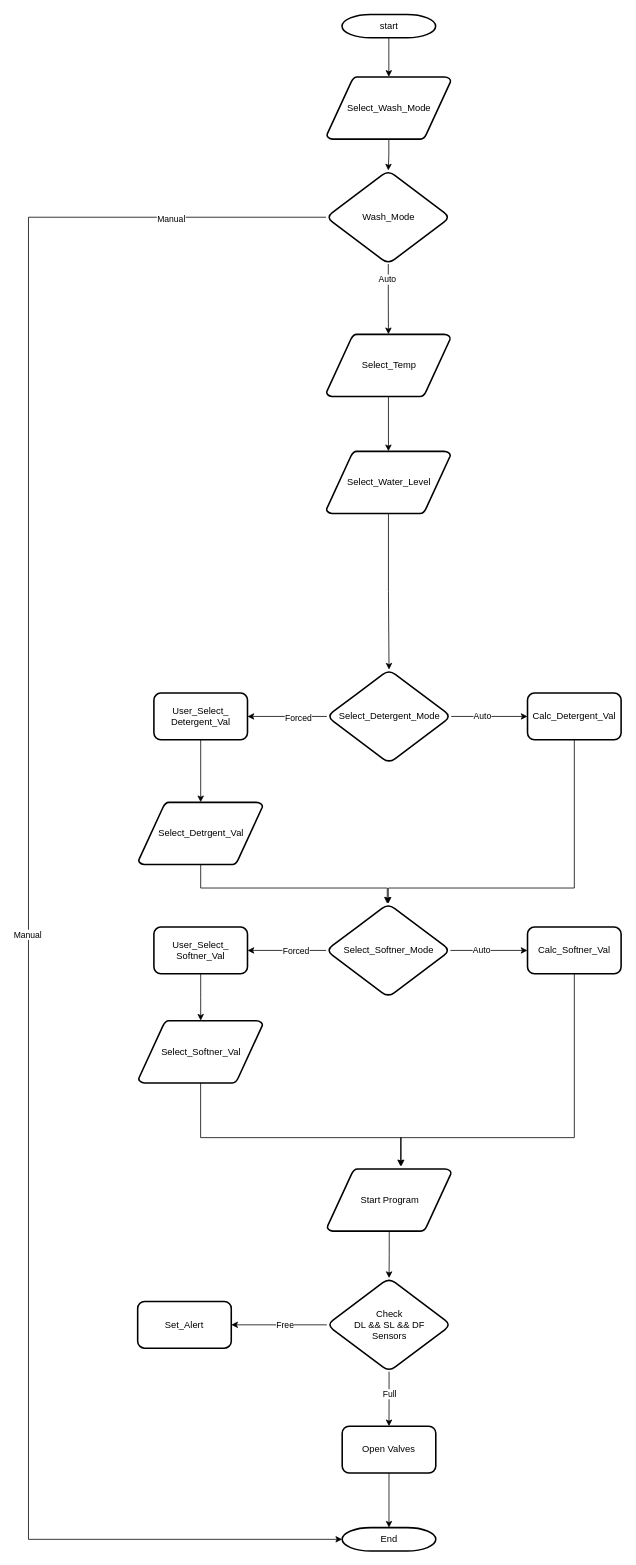
Earlier version of the draw.io diagram page "Flow_Chart" (1 of 4) of WM_Auto_detergent.drawio (Ahmed-lniwehy/WM_Auto_Detergent). Source tidied: cells renumbered, new cells numbered last; positions are measured from the earlier drawing's top-left corner, leaving out a move shared by most shapes. Both pictures are drawn from the tidied source at 78%, with x=0, y=0 at pixel (28, 14).
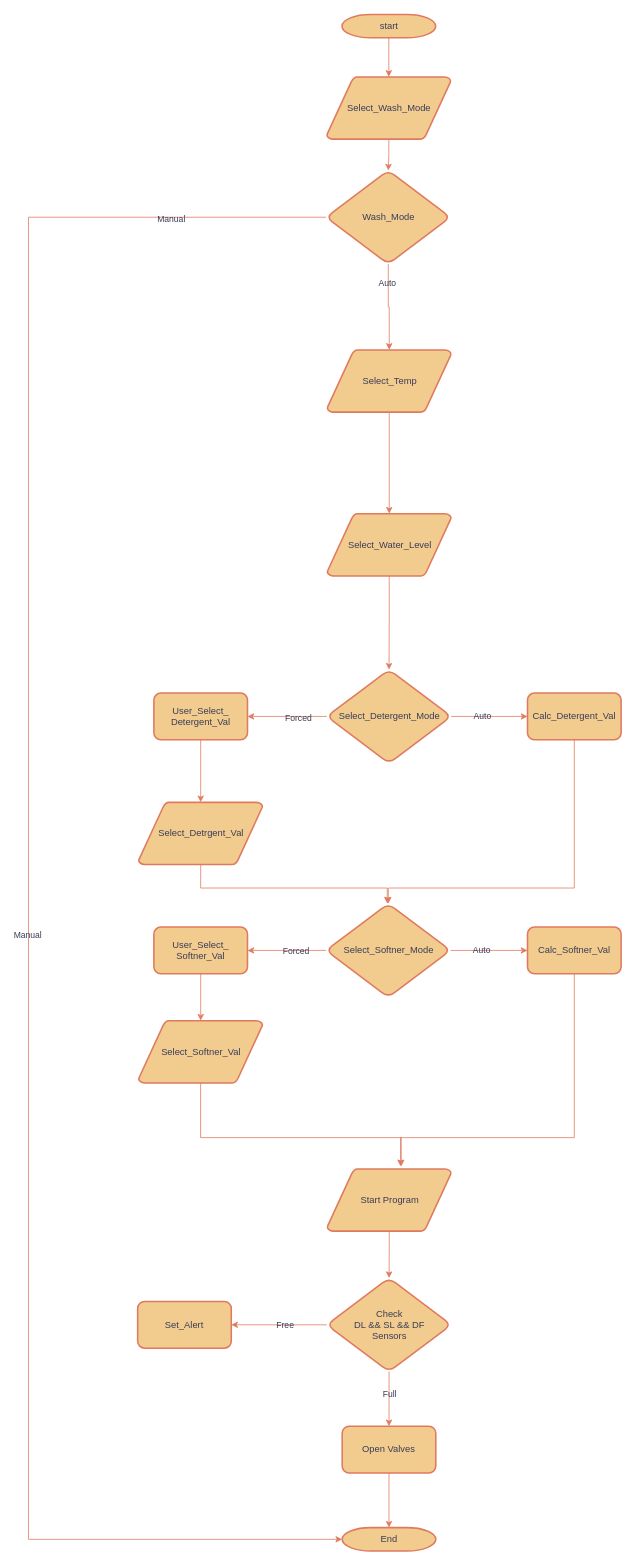
The same diagram, later.

Change to the diagram source:
```diff
@@
-    <mxCell id="2" style="edgeStyle=orthogonalEdgeStyle;rounded=0;jettySize=auto;html=1;" parent="1" edge="1" source="3" target="46">
+    <mxCell id="2" style="edgeStyle=orthogonalEdgeStyle;rounded=0;jettySize=auto;html=1;labelBackgroundColor=none;fontColor=default;strokeColor=#E07A5F;" parent="1" edge="1" source="3" target="46">
       <mxGeometry relative="1" as="geometry" />
     </mxCell>
-    <mxCell id="3" value="start" style="shape=mxgraph.flowchart.terminator;strokeWidth=2;gradientColor=none;gradientDirection=north;fontStyle=0;html=1;" parent="1" vertex="1">
+    <mxCell id="3" value="start" style="shape=mxgraph.flowchart.terminator;strokeWidth=2;gradientDirection=north;fontStyle=0;html=1;labelBackgroundColor=none;fillColor=#F2CC8F;strokeColor=#E07A5F;fontColor=#393C56;" parent="1" vertex="1">
       <mxGeometry x="402" width="120" height="30" as="geometry" />
     </mxCell>
-    <mxCell id="4" style="edgeStyle=orthogonalEdgeStyle;rounded=0;jettySize=auto;html=1;" parent="1" edge="1" source="5" target="7">
+    <mxCell id="4" style="edgeStyle=orthogonalEdgeStyle;rounded=0;jettySize=auto;html=1;labelBackgroundColor=none;fontColor=default;strokeColor=#E07A5F;" parent="1" edge="1" source="5" target="7">
       <mxGeometry relative="1" as="geometry" />
     </mxCell>
-    <mxCell id="5" value="Select_Temp" style="shape=mxgraph.flowchart.data;strokeWidth=2;gradientColor=none;gradientDirection=north;fontStyle=0;html=1;" parent="1" vertex="1">
-      <mxGeometry x="382" y="410" width="159" height="80" as="geometry" />
+    <mxCell id="5" value="Select_Temp" style="shape=mxgraph.flowchart.data;strokeWidth=2;gradientDirection=north;fontStyle=0;html=1;labelBackgroundColor=none;fillColor=#F2CC8F;strokeColor=#E07A5F;fontColor=#393C56;" parent="1" vertex="1">
+      <mxGeometry x="383" y="430" width="159" height="80" as="geometry" />
     </mxCell>
-    <mxCell id="6" style="edgeStyle=orthogonalEdgeStyle;rounded=0;jettySize=auto;html=1;entryX=0.5;entryY=0;entryDx=0;entryDy=0;" parent="1" edge="1" source="7" target="12">
+    <mxCell id="6" style="edgeStyle=orthogonalEdgeStyle;rounded=0;jettySize=auto;html=1;entryX=0.5;entryY=0;entryDx=0;entryDy=0;labelBackgroundColor=none;fontColor=default;strokeColor=#E07A5F;" parent="1" edge="1" source="7" target="12">
       <mxGeometry relative="1" as="geometry" />
     </mxCell>
-    <mxCell id="7" value="Select_Water_Level" style="shape=mxgraph.flowchart.data;strokeWidth=2;gradientColor=none;gradientDirection=north;fontStyle=0;html=1;" parent="1" vertex="1">
-      <mxGeometry x="382" y="560" width="159" height="80" as="geometry" />
+    <mxCell id="7" value="Select_Water_Level" style="shape=mxgraph.flowchart.data;strokeWidth=2;gradientDirection=north;fontStyle=0;html=1;labelBackgroundColor=none;fillColor=#F2CC8F;strokeColor=#E07A5F;fontColor=#393C56;" parent="1" vertex="1">
+      <mxGeometry x="383" y="640" width="159" height="80" as="geometry" />
     </mxCell>
-    <mxCell id="8" style="edgeStyle=orthogonalEdgeStyle;rounded=0;jettySize=auto;html=1;" parent="1" edge="1" source="12" target="14">
+    <mxCell id="8" style="edgeStyle=orthogonalEdgeStyle;rounded=0;jettySize=auto;html=1;labelBackgroundColor=none;fontColor=default;strokeColor=#E07A5F;" parent="1" edge="1" source="12" target="14">
       <mxGeometry relative="1" as="geometry" />
     </mxCell>
-    <mxCell id="9" value="Auto" style="edgeLabel;html=1;align=center;verticalAlign=middle;" parent="8" vertex="1">
+    <mxCell id="9" value="Auto" style="edgeLabel;html=1;align=center;verticalAlign=middle;labelBackgroundColor=none;fontColor=#393C56;" parent="8" vertex="1">
       <mxGeometry x="-0.21" y="1" relative="1" as="geometry" />
     </mxCell>
-    <mxCell id="10" style="edgeStyle=orthogonalEdgeStyle;rounded=0;jettySize=auto;html=1;" parent="1" edge="1" source="12" target="16">
+    <mxCell id="10" style="edgeStyle=orthogonalEdgeStyle;rounded=0;jettySize=auto;html=1;labelBackgroundColor=none;fontColor=default;strokeColor=#E07A5F;" parent="1" edge="1" source="12" target="16">
       <mxGeometry relative="1" as="geometry" />
     </mxCell>
-    <mxCell id="11" value="Forced" style="edgeLabel;html=1;align=center;verticalAlign=middle;" parent="10" vertex="1">
+    <mxCell id="11" value="Forced" style="edgeLabel;html=1;align=center;verticalAlign=middle;labelBackgroundColor=none;fontColor=#393C56;" parent="10" vertex="1">
       <mxGeometry x="-0.28" y="2" relative="1" as="geometry" />
     </mxCell>
-    <mxCell id="12" value="Select_Detergent_Mode" style="rhombus;whiteSpace=wrap;html=1;strokeWidth=2;gradientColor=none;gradientDirection=north;fontStyle=0;rounded=1;" parent="1" vertex="1">
+    <mxCell id="12" value="Select_Detergent_Mode" style="rhombus;whiteSpace=wrap;html=1;strokeWidth=2;gradientDirection=north;fontStyle=0;rounded=1;labelBackgroundColor=none;fillColor=#F2CC8F;strokeColor=#E07A5F;fontColor=#393C56;" parent="1" vertex="1">
       <mxGeometry x="382.5" y="840" width="159.5" height="120" as="geometry" />
     </mxCell>
-    <mxCell id="13" style="edgeStyle=orthogonalEdgeStyle;rounded=0;jettySize=auto;html=1;" parent="1" edge="1" source="14" target="38">
+    <mxCell id="13" style="edgeStyle=orthogonalEdgeStyle;rounded=0;jettySize=auto;html=1;labelBackgroundColor=none;fontColor=default;strokeColor=#E07A5F;" parent="1" edge="1" source="14" target="38">
       <mxGeometry relative="1" as="geometry">
         <Array as="points">
           <mxPoint x="700" y="1120" />
         </Array>
       </mxGeometry>
     </mxCell>
-    <mxCell id="14" value="Calc_Detergent_Val" style="whiteSpace=wrap;html=1;strokeWidth=2;gradientColor=none;gradientDirection=north;fontStyle=0;rounded=1;" parent="1" vertex="1">
+    <mxCell id="14" value="Calc_Detergent_Val" style="whiteSpace=wrap;html=1;strokeWidth=2;gradientDirection=north;fontStyle=0;rounded=1;labelBackgroundColor=none;fillColor=#F2CC8F;strokeColor=#E07A5F;fontColor=#393C56;" parent="1" vertex="1">
       <mxGeometry x="639.8" y="870" width="120" height="60" as="geometry" />
     </mxCell>
-    <mxCell id="15" style="edgeStyle=orthogonalEdgeStyle;rounded=0;jettySize=auto;html=1;" parent="1" edge="1" source="16">
+    <mxCell id="15" style="edgeStyle=orthogonalEdgeStyle;rounded=0;jettySize=auto;html=1;labelBackgroundColor=none;fontColor=default;strokeColor=#E07A5F;" parent="1" edge="1" source="16">
       <mxGeometry relative="1" as="geometry">
         <mxPoint x="220.8" y="1010" as="targetPoint" />
       </mxGeometry>
     </mxCell>
-    <mxCell id="16" value="User_Select_&lt;br&gt;Detergent_Val" style="whiteSpace=wrap;html=1;strokeWidth=2;gradientColor=none;gradientDirection=north;fontStyle=0;rounded=1;" parent="1" vertex="1">
+    <mxCell id="16" value="User_Select_&lt;br&gt;Detergent_Val" style="whiteSpace=wrap;html=1;strokeWidth=2;gradientDirection=north;fontStyle=0;rounded=1;labelBackgroundColor=none;fillColor=#F2CC8F;strokeColor=#E07A5F;fontColor=#393C56;" parent="1" vertex="1">
       <mxGeometry x="160.8" y="870" width="120" height="60" as="geometry" />
     </mxCell>
-    <mxCell id="17" style="edgeStyle=orthogonalEdgeStyle;rounded=0;orthogonalLoop=1;jettySize=auto;html=1;entryX=0.492;entryY=0.043;entryDx=0;entryDy=0;entryPerimeter=0;" parent="1" edge="1">
+    <mxCell id="17" style="edgeStyle=orthogonalEdgeStyle;rounded=0;orthogonalLoop=1;jettySize=auto;html=1;entryX=0.492;entryY=0.043;entryDx=0;entryDy=0;entryPerimeter=0;labelBackgroundColor=none;fontColor=default;strokeColor=#E07A5F;" parent="1" edge="1">
       <mxGeometry relative="1" as="geometry">
         <mxPoint x="220.8" y="1084.8" as="sourcePoint" />
         <mxPoint x="460" y="1140" as="targetPoint" />
         <Array as="points">
           <mxPoint x="221" y="1120" />
           <mxPoint x="460" y="1120" />
         </Array>
       </mxGeometry>
     </mxCell>
-    <mxCell id="18" value="Select_Detrgent_Val" style="shape=mxgraph.flowchart.data;strokeWidth=2;gradientColor=none;gradientDirection=north;fontStyle=0;html=1;" parent="1" vertex="1">
+    <mxCell id="18" value="Select_Detrgent_Val" style="shape=mxgraph.flowchart.data;strokeWidth=2;gradientDirection=north;fontStyle=0;html=1;labelBackgroundColor=none;fillColor=#F2CC8F;strokeColor=#E07A5F;fontColor=#393C56;" parent="1" vertex="1">
       <mxGeometry x="141.2" y="1010" width="159" height="80" as="geometry" />
     </mxCell>
-    <mxCell id="19" style="edgeStyle=orthogonalEdgeStyle;rounded=0;jettySize=auto;html=1;" parent="1" edge="1" source="23" target="24">
+    <mxCell id="19" style="edgeStyle=orthogonalEdgeStyle;rounded=0;jettySize=auto;html=1;labelBackgroundColor=none;fontColor=default;strokeColor=#E07A5F;" parent="1" edge="1" source="23" target="24">
       <mxGeometry relative="1" as="geometry" />
     </mxCell>
-    <mxCell id="20" value="Free" style="edgeLabel;html=1;align=center;verticalAlign=middle;" parent="19" vertex="1">
+    <mxCell id="20" value="Free" style="edgeLabel;html=1;align=center;verticalAlign=middle;labelBackgroundColor=none;fontColor=#393C56;" parent="19" vertex="1">
       <mxGeometry x="-0.12" relative="1" as="geometry" />
     </mxCell>
-    <mxCell id="21" style="edgeStyle=orthogonalEdgeStyle;rounded=0;jettySize=auto;html=1;" parent="1" edge="1" source="23" target="26">
+    <mxCell id="21" style="edgeStyle=orthogonalEdgeStyle;rounded=0;jettySize=auto;html=1;labelBackgroundColor=none;fontColor=default;strokeColor=#E07A5F;" parent="1" edge="1" source="23" target="26">
       <mxGeometry relative="1" as="geometry" />
     </mxCell>
-    <mxCell id="22" value="Full" style="edgeLabel;html=1;align=center;verticalAlign=middle;" parent="21" vertex="1">
+    <mxCell id="22" value="Full" style="edgeLabel;html=1;align=center;verticalAlign=middle;labelBackgroundColor=none;fontColor=#393C56;" parent="21" vertex="1">
       <mxGeometry x="-0.18" relative="1" as="geometry" />
     </mxCell>
-    <mxCell id="23" value="Check&lt;br&gt;DL &amp;amp;&amp;amp; SL &amp;amp;&amp;amp; DF&lt;br&gt;Sensors" style="rhombus;whiteSpace=wrap;html=1;strokeWidth=2;gradientColor=none;gradientDirection=north;fontStyle=0;rounded=1;" parent="1" vertex="1">
+    <mxCell id="23" value="Check&lt;br&gt;DL &amp;amp;&amp;amp; SL &amp;amp;&amp;amp; DF&lt;br&gt;Sensors" style="rhombus;whiteSpace=wrap;html=1;strokeWidth=2;gradientDirection=north;fontStyle=0;rounded=1;labelBackgroundColor=none;fillColor=#F2CC8F;strokeColor=#E07A5F;fontColor=#393C56;" parent="1" vertex="1">
       <mxGeometry x="382.5" y="1620" width="159.5" height="120" as="geometry" />
     </mxCell>
-    <mxCell id="24" value="Set_Alert" style="whiteSpace=wrap;html=1;strokeWidth=2;gradientColor=none;gradientDirection=north;fontStyle=0;rounded=1;" parent="1" vertex="1">
+    <mxCell id="24" value="Set_Alert" style="whiteSpace=wrap;html=1;strokeWidth=2;gradientDirection=north;fontStyle=0;rounded=1;labelBackgroundColor=none;fillColor=#F2CC8F;strokeColor=#E07A5F;fontColor=#393C56;" parent="1" vertex="1">
       <mxGeometry x="140" y="1650" width="120" height="60" as="geometry" />
     </mxCell>
-    <mxCell id="25" style="edgeStyle=orthogonalEdgeStyle;rounded=0;jettySize=auto;html=1;" parent="1" edge="1" source="26" target="27">
+    <mxCell id="25" style="edgeStyle=orthogonalEdgeStyle;rounded=0;jettySize=auto;html=1;labelBackgroundColor=none;fontColor=default;strokeColor=#E07A5F;" parent="1" edge="1" source="26" target="27">
       <mxGeometry relative="1" as="geometry" />
     </mxCell>
-    <mxCell id="26" value="Open Valves" style="whiteSpace=wrap;html=1;strokeWidth=2;gradientColor=none;gradientDirection=north;fontStyle=0;rounded=1;" parent="1" vertex="1">
+    <mxCell id="26" value="Open Valves" style="whiteSpace=wrap;html=1;strokeWidth=2;gradientDirection=north;fontStyle=0;rounded=1;labelBackgroundColor=none;fillColor=#F2CC8F;strokeColor=#E07A5F;fontColor=#393C56;" parent="1" vertex="1">
       <mxGeometry x="402.2" y="1810" width="120" height="60" as="geometry" />
     </mxCell>
-    <mxCell id="27" value="End" style="shape=mxgraph.flowchart.terminator;strokeWidth=2;gradientColor=none;gradientDirection=north;fontStyle=0;html=1;" parent="1" vertex="1">
+    <mxCell id="27" value="End" style="shape=mxgraph.flowchart.terminator;strokeWidth=2;gradientDirection=north;fontStyle=0;html=1;labelBackgroundColor=none;fillColor=#F2CC8F;strokeColor=#E07A5F;fontColor=#393C56;" parent="1" vertex="1">
       <mxGeometry x="402.2" y="1940" width="120" height="30" as="geometry" />
     </mxCell>
-    <mxCell id="28" style="edgeStyle=orthogonalEdgeStyle;rounded=0;jettySize=auto;html=1;exitX=1;exitY=0.5;exitDx=0;exitDy=0;" parent="1" edge="1" source="38" target="31">
+    <mxCell id="28" style="edgeStyle=orthogonalEdgeStyle;rounded=0;jettySize=auto;html=1;exitX=1;exitY=0.5;exitDx=0;exitDy=0;labelBackgroundColor=none;fontColor=default;strokeColor=#E07A5F;" parent="1" edge="1" source="38" target="31">
       <mxGeometry relative="1" as="geometry" />
     </mxCell>
-    <mxCell id="29" value="Auto" style="edgeLabel;html=1;align=center;verticalAlign=middle;" parent="28" vertex="1">
+    <mxCell id="29" value="Auto" style="edgeLabel;html=1;align=center;verticalAlign=middle;labelBackgroundColor=none;fontColor=#393C56;" parent="28" vertex="1">
       <mxGeometry x="-0.21" y="1" relative="1" as="geometry" />
     </mxCell>
-    <mxCell id="30" style="edgeStyle=orthogonalEdgeStyle;rounded=0;jettySize=auto;html=1;entryX=0.591;entryY=-0.041;entryDx=0;entryDy=0;entryPerimeter=0;" parent="1" edge="1" source="31" target="48">
+    <mxCell id="30" style="edgeStyle=orthogonalEdgeStyle;rounded=0;jettySize=auto;html=1;entryX=0.591;entryY=-0.041;entryDx=0;entryDy=0;entryPerimeter=0;labelBackgroundColor=none;fontColor=default;strokeColor=#E07A5F;" parent="1" edge="1" source="31" target="48">
       <mxGeometry relative="1" as="geometry">
         <Array as="points">
           <mxPoint x="700" y="1440" />
           <mxPoint x="477" y="1440" />
         </Array>
       </mxGeometry>
     </mxCell>
-    <mxCell id="31" value="Calc_Softner_Val" style="whiteSpace=wrap;html=1;strokeWidth=2;gradientColor=none;gradientDirection=north;fontStyle=0;rounded=1;" parent="1" vertex="1">
+    <mxCell id="31" value="Calc_Softner_Val" style="whiteSpace=wrap;html=1;strokeWidth=2;gradientDirection=north;fontStyle=0;rounded=1;labelBackgroundColor=none;fillColor=#F2CC8F;strokeColor=#E07A5F;fontColor=#393C56;" parent="1" vertex="1">
       <mxGeometry x="639.8" y="1170" width="120" height="60" as="geometry" />
     </mxCell>
-    <mxCell id="32" style="edgeStyle=orthogonalEdgeStyle;rounded=0;jettySize=auto;html=1;" parent="1" edge="1" source="33">
+    <mxCell id="32" style="edgeStyle=orthogonalEdgeStyle;rounded=0;jettySize=auto;html=1;labelBackgroundColor=none;fontColor=default;strokeColor=#E07A5F;" parent="1" edge="1" source="33">
       <mxGeometry relative="1" as="geometry">
         <mxPoint x="220.8" y="1290" as="targetPoint" />
       </mxGeometry>
     </mxCell>
-    <mxCell id="33" value="User_Select_&lt;br&gt;Softner_Val" style="whiteSpace=wrap;html=1;strokeWidth=2;gradientColor=none;gradientDirection=north;fontStyle=0;rounded=1;" parent="1" vertex="1">
+    <mxCell id="33" value="User_Select_&lt;br&gt;Softner_Val" style="whiteSpace=wrap;html=1;strokeWidth=2;gradientDirection=north;fontStyle=0;rounded=1;labelBackgroundColor=none;fillColor=#F2CC8F;strokeColor=#E07A5F;fontColor=#393C56;" parent="1" vertex="1">
       <mxGeometry x="160.8" y="1170" width="120" height="60" as="geometry" />
     </mxCell>
-    <mxCell id="34" style="edgeStyle=orthogonalEdgeStyle;rounded=0;jettySize=auto;html=1;entryX=0.597;entryY=-0.039;entryDx=0;entryDy=0;entryPerimeter=0;" parent="1" edge="1" source="35" target="48">
+    <mxCell id="34" style="edgeStyle=orthogonalEdgeStyle;rounded=0;jettySize=auto;html=1;entryX=0.597;entryY=-0.039;entryDx=0;entryDy=0;entryPerimeter=0;labelBackgroundColor=none;fontColor=default;strokeColor=#E07A5F;" parent="1" edge="1" source="35" target="48">
       <mxGeometry relative="1" as="geometry">
         <Array as="points">
           <mxPoint x="221" y="1440" />
           <mxPoint x="478" y="1440" />
         </Array>
       </mxGeometry>
     </mxCell>
-    <mxCell id="35" value="Select_Softner_Val" style="shape=mxgraph.flowchart.data;strokeWidth=2;gradientColor=none;gradientDirection=north;fontStyle=0;html=1;" parent="1" vertex="1">
+    <mxCell id="35" value="Select_Softner_Val" style="shape=mxgraph.flowchart.data;strokeWidth=2;gradientDirection=north;fontStyle=0;html=1;labelBackgroundColor=none;fillColor=#F2CC8F;strokeColor=#E07A5F;fontColor=#393C56;" parent="1" vertex="1">
       <mxGeometry x="141.2" y="1290" width="159" height="80" as="geometry" />
     </mxCell>
-    <mxCell id="36" style="edgeStyle=orthogonalEdgeStyle;rounded=0;jettySize=auto;html=1;" parent="1" edge="1" source="38" target="33">
+    <mxCell id="36" style="edgeStyle=orthogonalEdgeStyle;rounded=0;jettySize=auto;html=1;labelBackgroundColor=none;fontColor=default;strokeColor=#E07A5F;" parent="1" edge="1" source="38" target="33">
       <mxGeometry relative="1" as="geometry" />
     </mxCell>
-    <mxCell id="37" value="Forced" style="edgeLabel;html=1;align=center;verticalAlign=middle;" parent="36" vertex="1">
+    <mxCell id="37" value="Forced" style="edgeLabel;html=1;align=center;verticalAlign=middle;labelBackgroundColor=none;fontColor=#393C56;" parent="36" vertex="1">
       <mxGeometry x="-0.23" relative="1" as="geometry" />
     </mxCell>
-    <mxCell id="38" value="Select_Softner_Mode" style="rhombus;whiteSpace=wrap;html=1;strokeWidth=2;gradientColor=none;gradientDirection=north;fontStyle=0;rounded=1;" parent="1" vertex="1">
+    <mxCell id="38" value="Select_Softner_Mode" style="rhombus;whiteSpace=wrap;html=1;strokeWidth=2;gradientDirection=north;fontStyle=0;rounded=1;labelBackgroundColor=none;fillColor=#F2CC8F;strokeColor=#E07A5F;fontColor=#393C56;" parent="1" vertex="1">
       <mxGeometry x="381.5" y="1140" width="159.5" height="120" as="geometry" />
     </mxCell>
-    <mxCell id="39" style="edgeStyle=orthogonalEdgeStyle;rounded=0;jettySize=auto;html=1;entryX=0;entryY=0.5;entryDx=0;entryDy=0;entryPerimeter=0;" parent="1" edge="1" source="44" target="27">
+    <mxCell id="39" style="edgeStyle=orthogonalEdgeStyle;rounded=0;jettySize=auto;html=1;entryX=0;entryY=0.5;entryDx=0;entryDy=0;entryPerimeter=0;labelBackgroundColor=none;fontColor=default;strokeColor=#E07A5F;" parent="1" edge="1" source="44" target="27">
       <mxGeometry relative="1" as="geometry">
         <Array as="points">
           <mxPoint y="260" />
           <mxPoint y="1955" />
         </Array>
       </mxGeometry>
     </mxCell>
-    <mxCell id="40" value="Manual" style="edgeLabel;html=1;align=center;verticalAlign=middle;" parent="39" vertex="1">
+    <mxCell id="40" value="Manual" style="edgeLabel;html=1;align=center;verticalAlign=middle;labelBackgroundColor=none;fontColor=#393C56;" parent="39" vertex="1">
       <mxGeometry x="-0.84" y="2" relative="1" as="geometry">
         <mxPoint x="-1" as="offset" />
       </mxGeometry>
     </mxCell>
-    <mxCell id="41" value="Manual" style="edgeLabel;html=1;align=center;verticalAlign=middle;" parent="39" vertex="1">
+    <mxCell id="41" value="Manual" style="edgeLabel;html=1;align=center;verticalAlign=middle;labelBackgroundColor=none;fontColor=#393C56;" parent="39" vertex="1">
       <mxGeometry x="0.05" y="-2" relative="1" as="geometry" />
     </mxCell>
-    <mxCell id="42" style="edgeStyle=orthogonalEdgeStyle;rounded=0;jettySize=auto;html=1;" parent="1" edge="1" source="44" target="5">
+    <mxCell id="42" style="edgeStyle=orthogonalEdgeStyle;rounded=0;jettySize=auto;html=1;labelBackgroundColor=none;fontColor=default;strokeColor=#E07A5F;" parent="1" edge="1" source="44" target="5">
       <mxGeometry relative="1" as="geometry" />
     </mxCell>
-    <mxCell id="43" value="Auto" style="edgeLabel;html=1;align=center;verticalAlign=middle;" parent="42" vertex="1">
+    <mxCell id="43" value="Auto" style="edgeLabel;html=1;align=center;verticalAlign=middle;labelBackgroundColor=none;fontColor=#393C56;" parent="42" vertex="1">
       <mxGeometry x="-0.55" y="-2" relative="1" as="geometry" />
     </mxCell>
-    <mxCell id="44" value="Wash_Mode" style="rhombus;whiteSpace=wrap;html=1;strokeWidth=2;gradientColor=none;gradientDirection=north;fontStyle=0;rounded=1;" parent="1" vertex="1">
+    <mxCell id="44" value="Wash_Mode" style="rhombus;whiteSpace=wrap;html=1;strokeWidth=2;gradientDirection=north;fontStyle=0;rounded=1;labelBackgroundColor=none;fillColor=#F2CC8F;strokeColor=#E07A5F;fontColor=#393C56;" parent="1" vertex="1">
       <mxGeometry x="381.5" y="200" width="159.5" height="120" as="geometry" />
     </mxCell>
-    <mxCell id="45" style="edgeStyle=orthogonalEdgeStyle;rounded=0;jettySize=auto;html=1;" parent="1" edge="1" source="46" target="44">
+    <mxCell id="45" style="edgeStyle=orthogonalEdgeStyle;rounded=0;jettySize=auto;html=1;labelBackgroundColor=none;fontColor=default;strokeColor=#E07A5F;" parent="1" edge="1" source="46" target="44">
       <mxGeometry relative="1" as="geometry" />
     </mxCell>
-    <mxCell id="46" value="Select_Wash_Mode" style="shape=mxgraph.flowchart.data;strokeWidth=2;gradientColor=none;gradientDirection=north;fontStyle=0;html=1;" parent="1" vertex="1">
+    <mxCell id="46" value="Select_Wash_Mode" style="shape=mxgraph.flowchart.data;strokeWidth=2;gradientDirection=north;fontStyle=0;html=1;labelBackgroundColor=none;fillColor=#F2CC8F;strokeColor=#E07A5F;fontColor=#393C56;" parent="1" vertex="1">
       <mxGeometry x="382.5" y="80" width="159" height="80" as="geometry" />
     </mxCell>
-    <mxCell id="47" style="edgeStyle=orthogonalEdgeStyle;rounded=0;jettySize=auto;html=1;" parent="1" edge="1" source="48" target="23">
+    <mxCell id="47" style="edgeStyle=orthogonalEdgeStyle;rounded=0;jettySize=auto;html=1;labelBackgroundColor=none;fontColor=default;strokeColor=#E07A5F;" parent="1" edge="1" source="48" target="23">
       <mxGeometry relative="1" as="geometry" />
     </mxCell>
-    <mxCell id="48" value="Start Program" style="shape=mxgraph.flowchart.data;strokeWidth=2;gradientColor=none;gradientDirection=north;fontStyle=0;html=1;" parent="1" vertex="1">
+    <mxCell id="48" value="Start Program" style="shape=mxgraph.flowchart.data;strokeWidth=2;gradientDirection=north;fontStyle=0;html=1;labelBackgroundColor=none;fillColor=#F2CC8F;strokeColor=#E07A5F;fontColor=#393C56;" parent="1" vertex="1">
       <mxGeometry x="383" y="1480" width="159" height="80" as="geometry" />
     </mxCell>
```
